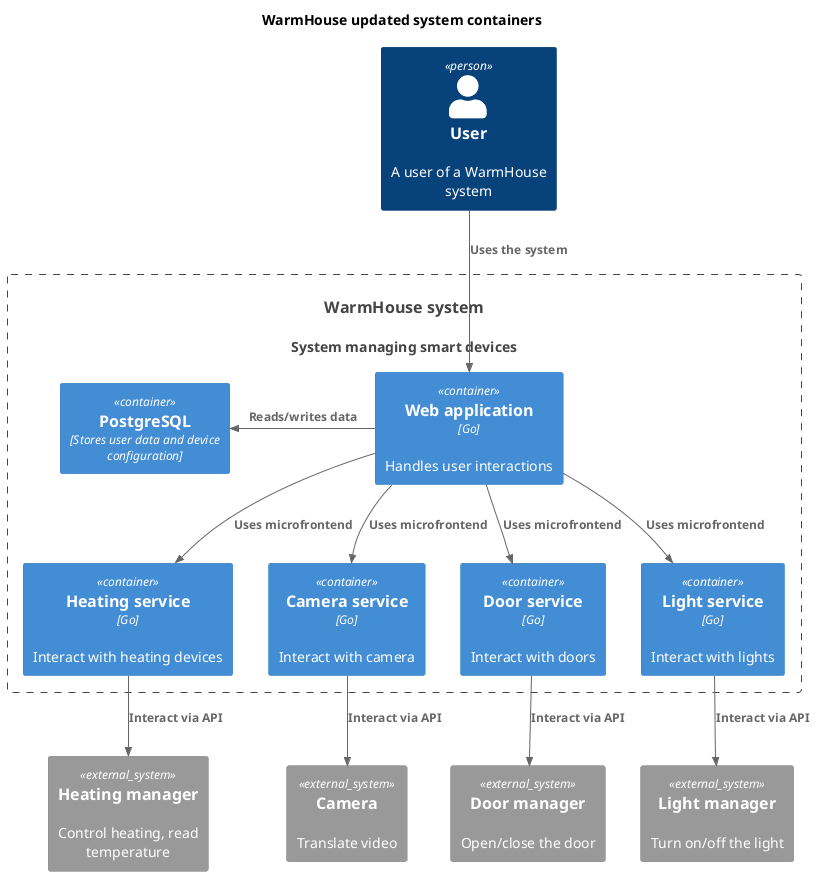
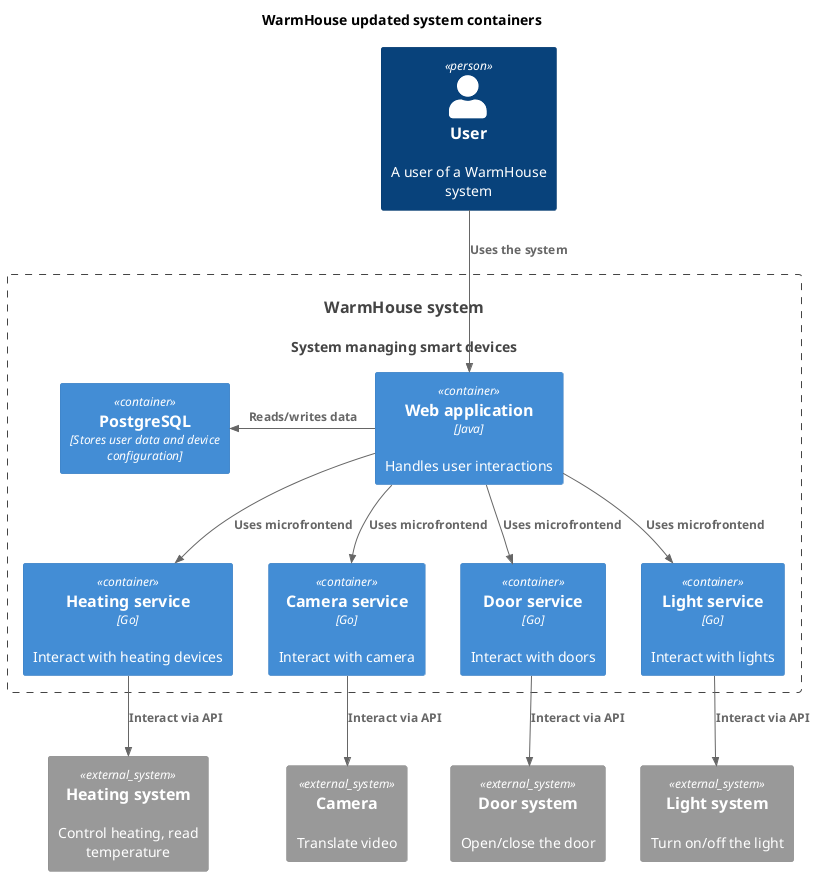
@startuml WarmHouse_containers

title WarmHouse updated system containers

top to bottom direction

'!includeurl https://raw.githubusercontent.com/RicardoNiepel/C4-PlantUML/master/C4_Component.puml
!include <C4/C4_Component.puml>

Person(user, "User", "A user of a WarmHouse system")
System(WarmHouseSystem, "WarmHouse system", "System managing smart devices")

Container_Boundary(WarmHouseSystem, "WarmHouse system") {
-     Container(WebApp, "Web application", "Go", "Handles user interactions")
+     Container(WebApp, "Web application", "Java", "Handles user interactions")
    Container(Database, "PostgreSQL", "Stores user data and device configuration")
    Container(TemperatureService, "Heating service", "Go", "Interact with heating devices")
    Container(CameraService, "Camera service", "Go", "Interact with camera")
    Container(DoorService, "Door service", "Go", "Interact with doors")
    Container(LightService, "Light service", "Go", "Interact with lights")

}

- System_Ext(TemperatureDev, "Heating manager", "Control heating, read temperature")
+ System_Ext(TemperatureDev, "Heating system", "Control heating, read temperature")
System_Ext(Camera, "Camera", "Translate video")
- System_Ext(Doors, "Door manager", "Open/close the door")
- System_Ext(LightDev, "Light manager", "Turn on/off the light")
+ System_Ext(Doors, "Door system", "Open/close the door")
+ System_Ext(LightDev, "Light system", "Turn on/off the light")

Rel(user, WebApp, "Uses the system")
Rel_L(WebApp, Database, "Reads/writes data")
Rel(WebApp, TemperatureService, "Uses microfrontend")
Rel(WebApp, CameraService, "Uses microfrontend")
Rel(WebApp, DoorService, "Uses microfrontend")
Rel(WebApp, LightService, "Uses microfrontend")

Rel(TemperatureService, TemperatureDev, "Interact via API")
Rel(LightService, LightDev, "Interact via API")
Rel(CameraService, Camera, "Interact via API")
Rel(DoorService, Doors, "Interact via API")

@enduml